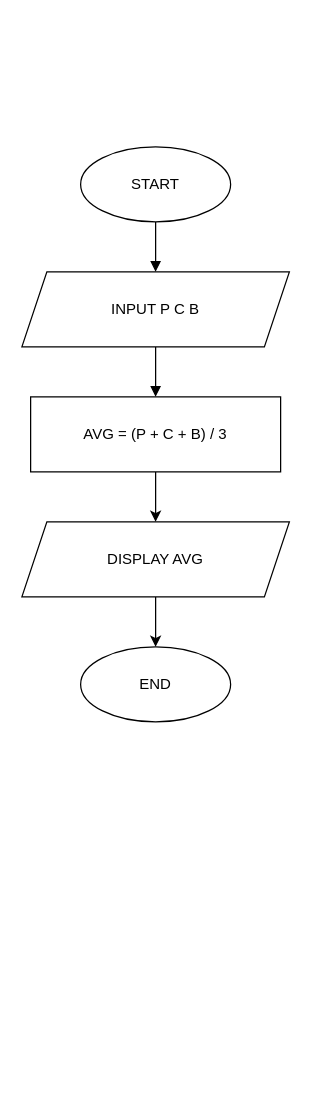
Before: Avarage of student marks.drawio in longnosuke/Aptech-2026, a draw.io diagram. Source tidied: cells renumbered, new cells numbered last; positions are measured from the earlier drawing's top-left corner, leaving out a move shared by most shapes. Both pictures are drawn from the tidied source at 125%, with x=0, y=0 at pixel (21, 146).
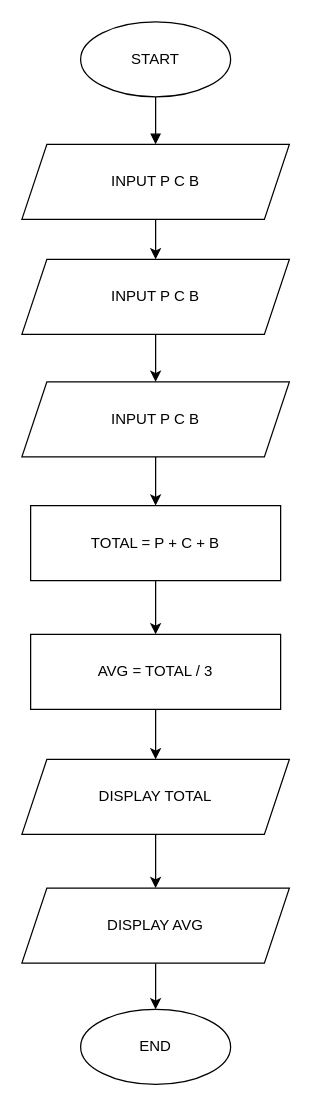
The same page after the edit.

Commit message:
add calculation for total

The edit, as a diff of the source:
```diff
@@
 <mxGraphModel>
   <root>
     <mxCell id="0" />
     <mxCell id="1" parent="0" />
     <mxCell id="2" value="START" style="ellipse;whiteSpace=wrap;html=1;" parent="1" vertex="1">
-      <mxGeometry x="47" width="120" height="60" as="geometry" />
+      <mxGeometry x="47" y="-100" width="120" height="60" as="geometry" />
     </mxCell>
-    <mxCell id="3" style="edgeStyle=orthogonalEdgeStyle;rounded=0;jettySize=auto;html=1;entryX=0.5;entryY=0;entryDx=0;entryDy=0;" parent="1" edge="1" source="4" target="10">
-      <mxGeometry relative="1" as="geometry" />
-    </mxCell>
+    <mxCell id="11" style="edgeStyle=orthogonalEdgeStyle;rounded=0;jettySize=auto;html=1;entryX=0.5;entryY=0;entryDx=0;entryDy=0;" parent="1" edge="1" source="4" target="14">
+      <mxGeometry relative="1" as="geometry" />
+    </mxCell>
-    <mxCell id="4" value="AVG = (P + C + B) / 3" style="rounded=0;whiteSpace=wrap;html=1;" parent="1" vertex="1">
-      <mxGeometry x="7" y="200" width="200" height="60" as="geometry" />
+    <mxCell id="4" value="TOTAL = P + C + B" style="rounded=0;whiteSpace=wrap;html=1;" parent="1" vertex="1">
+      <mxGeometry x="7" y="287" width="200" height="60" as="geometry" />
     </mxCell>
     <mxCell id="5" value="END" style="ellipse;whiteSpace=wrap;html=1;" parent="1" vertex="1">
-      <mxGeometry x="47" y="400" width="120" height="60" as="geometry" />
+      <mxGeometry x="47" y="690" width="120" height="60" as="geometry" />
     </mxCell>
     <mxCell id="6" style="edgeStyle=orthogonalEdgeStyle;endArrow=block;entryX=0.5;entryY=0;entryDx=0;entryDy=0;" parent="1" edge="1" source="2" target="8">
       <mxGeometry relative="1" as="geometry" />
     </mxCell>
-    <mxCell id="7" style="edgeStyle=orthogonalEdgeStyle;endArrow=block;exitX=0.5;exitY=1;exitDx=0;exitDy=0;" parent="1" edge="1" source="8" target="4">
-      <mxGeometry relative="1" as="geometry" />
-    </mxCell>
+    <mxCell id="12" style="edgeStyle=orthogonalEdgeStyle;rounded=0;jettySize=auto;html=1;" parent="1" edge="1" source="8" target="18">
+      <mxGeometry relative="1" as="geometry" />
+    </mxCell>
     <mxCell id="8" value="INPUT P C B" style="shape=parallelogram;perimeter=parallelogramPerimeter;whiteSpace=wrap;html=1;fixedSize=1;" parent="1" vertex="1">
-      <mxGeometry y="100" width="214" height="60" as="geometry" />
+      <mxGeometry y="-2" width="214" height="60" as="geometry" />
     </mxCell>
     <mxCell id="9" style="edgeStyle=orthogonalEdgeStyle;rounded=0;jettySize=auto;html=1;entryX=0.5;entryY=0;entryDx=0;entryDy=0;" parent="1" edge="1" source="10" target="5">
       <mxGeometry relative="1" as="geometry" />
     </mxCell>
     <mxCell id="10" value="DISPLAY AVG" style="shape=parallelogram;perimeter=parallelogramPerimeter;whiteSpace=wrap;html=1;fixedSize=1;" parent="1" vertex="1">
-      <mxGeometry y="300" width="214" height="60" as="geometry" />
+      <mxGeometry y="593" width="214" height="60" as="geometry" />
     </mxCell>
+    <mxCell id="13" style="edgeStyle=orthogonalEdgeStyle;rounded=0;jettySize=auto;html=1;entryX=0.5;entryY=0;entryDx=0;entryDy=0;" parent="1" edge="1" source="14" target="16">
+      <mxGeometry relative="1" as="geometry" />
+    </mxCell>
+    <mxCell id="14" value="AVG = TOTAL / 3" style="rounded=0;whiteSpace=wrap;html=1;" parent="1" vertex="1">
+      <mxGeometry x="7" y="390" width="200" height="60" as="geometry" />
+    </mxCell>
+    <mxCell id="15" style="edgeStyle=orthogonalEdgeStyle;rounded=0;jettySize=auto;html=1;entryX=0.5;entryY=0;entryDx=0;entryDy=0;" parent="1" edge="1" source="16" target="10">
+      <mxGeometry relative="1" as="geometry" />
+    </mxCell>
+    <mxCell id="16" value="DISPLAY TOTAL" style="shape=parallelogram;perimeter=parallelogramPerimeter;whiteSpace=wrap;html=1;fixedSize=1;" parent="1" vertex="1">
+      <mxGeometry y="490" width="214" height="60" as="geometry" />
+    </mxCell>
+    <mxCell id="17" style="edgeStyle=orthogonalEdgeStyle;rounded=0;jettySize=auto;html=1;entryX=0.5;entryY=0;entryDx=0;entryDy=0;" parent="1" edge="1" source="18" target="20">
+      <mxGeometry relative="1" as="geometry" />
+    </mxCell>
+    <mxCell id="18" value="INPUT P C B" style="shape=parallelogram;perimeter=parallelogramPerimeter;whiteSpace=wrap;html=1;fixedSize=1;" parent="1" vertex="1">
+      <mxGeometry y="90" width="214" height="60" as="geometry" />
+    </mxCell>
+    <mxCell id="19" style="edgeStyle=orthogonalEdgeStyle;rounded=0;jettySize=auto;html=1;entryX=0.5;entryY=0;entryDx=0;entryDy=0;" parent="1" edge="1" source="20" target="4">
+      <mxGeometry relative="1" as="geometry" />
+    </mxCell>
+    <mxCell id="20" value="INPUT P C B" style="shape=parallelogram;perimeter=parallelogramPerimeter;whiteSpace=wrap;html=1;fixedSize=1;" parent="1" vertex="1">
+      <mxGeometry y="188" width="214" height="60" as="geometry" />
+    </mxCell>
   </root>
 </mxGraphModel>
```
